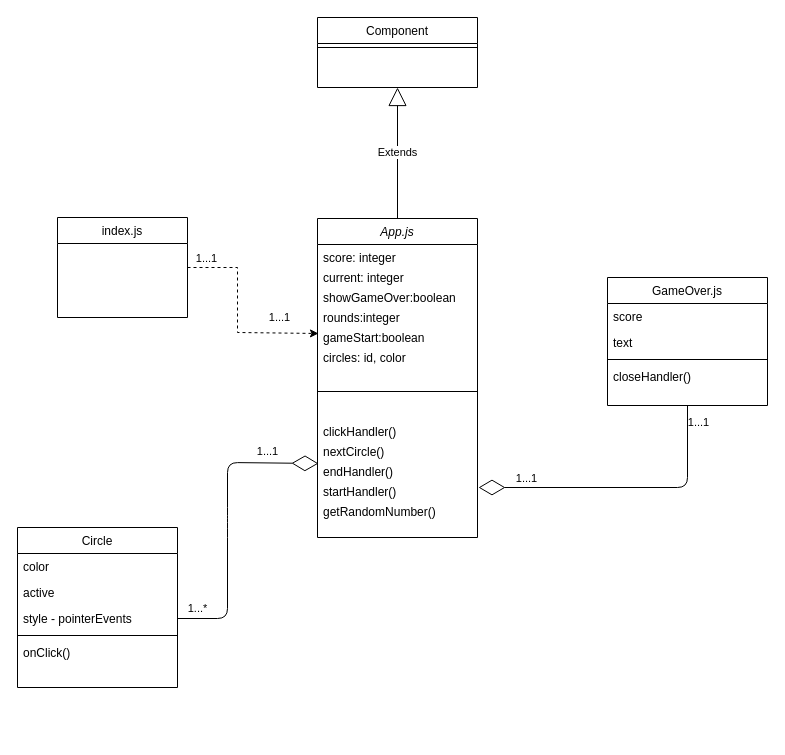
HeliHaavisto/diagrams keeps this draw.io diagram as LenaClassDiagramEdited.drawio. Above is the earlier version. Source tidied: cells renumbered, new cells numbered last; positions are measured from the earlier drawing's top-left corner, leaving out a move shared by most shapes. Both pictures are drawn from the tidied source at 100%, with x=0, y=0 at pixel (17, 17).
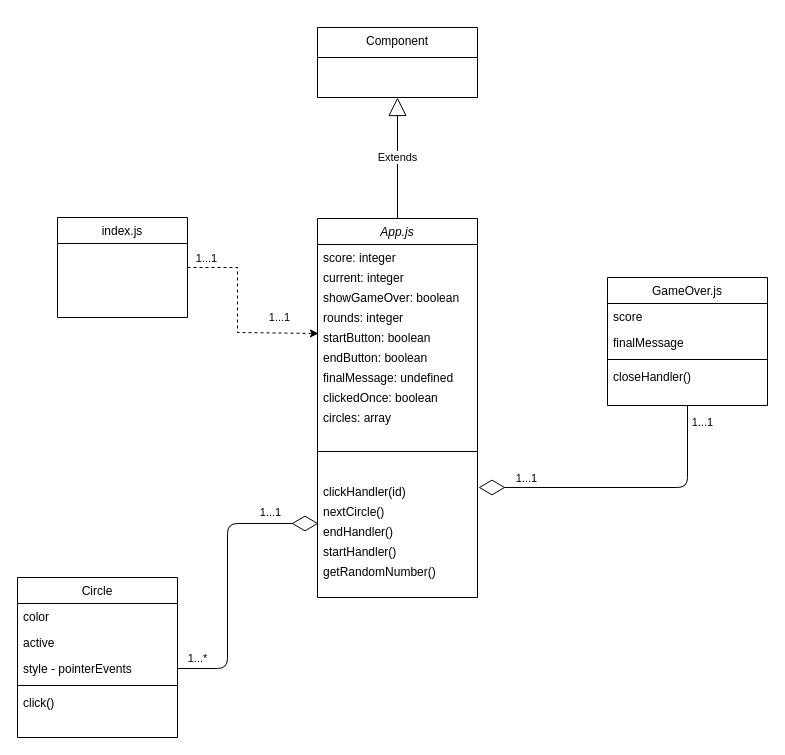
After the change.

Unchanged cells that the change refers to:
```xml
<mxCell id="2" value="GameOver.js" style="swimlane;fontStyle=0;align=center;verticalAlign=top;horizontal=1;startSize=26;rounded=0;shadow=0;strokeWidth=1;" parent="1" vertex="1">
  <mxGeometry x="590" y="260" width="160" height="128" as="geometry" />
</mxCell>
<mxCell id="29" value="style - pointerEvents" style="text;align=left;verticalAlign=top;spacingLeft=4;spacingRight=4;overflow=hidden;points=[[0,0.5],[1,0.5]];portConstraint=eastwest;html=0;" parent="26" vertex="1">
  <mxGeometry y="78" width="160" height="26" as="geometry" />
</mxCell>
<mxCell id="33" style="endArrow=diamondThin;endFill=0;endSize=24;html=1;entryX=0.5;entryY=1;entryDx=0;entryDy=0;verticalAlign=middle;exitX=0.5;exitY=1;exitDx=0;exitDy=0;" parent="1" edge="1" source="2">
  <mxGeometry relative="1" as="geometry">
    <mxPoint x="461" y="470" as="targetPoint" />
    <Array as="points">
      <mxPoint x="670" y="470" />
    </Array>
  </mxGeometry>
</mxCell>
```

The edit, as a diff of the source:
```diff
@@
-    <mxCell id="4" value="text" style="text;align=left;verticalAlign=top;spacingLeft=4;spacingRight=4;overflow=hidden;rounded=0;shadow=0;html=0;" parent="2" vertex="1">
+    <mxCell id="4" value="finalMessage" style="text;align=left;verticalAlign=top;spacingLeft=4;spacingRight=4;overflow=hidden;rounded=0;shadow=0;html=0;" parent="2" vertex="1">
       <mxGeometry y="52" width="160" height="26" as="geometry" />
     </mxCell>
@@
-    <mxCell id="11" value="Component" style="swimlane;fontStyle=0;align=center;verticalAlign=top;horizontal=1;startSize=26;rounded=0;shadow=0;strokeWidth=1;" parent="1" vertex="1">
-      <mxGeometry x="300" width="160" height="70" as="geometry" />
+    <mxCell id="11" value="Component" style="swimlane;fontStyle=0;align=center;verticalAlign=top;horizontal=1;startSize=30;rounded=0;shadow=0;strokeWidth=1;" parent="1" vertex="1">
+      <mxGeometry x="300" y="10" width="160" height="70" as="geometry" />
     </mxCell>
-    <mxCell id="12" style="line;html=1;strokeWidth=1;align=left;verticalAlign=middle;spacingTop=-1;spacingLeft=3;spacingRight=3;labelPosition=right;" parent="11" vertex="1">
-      <mxGeometry y="26" width="160" height="8" as="geometry" />
-    </mxCell>
     <mxCell id="13" value="App.js" style="swimlane;fontStyle=2;align=center;verticalAlign=top;horizontal=1;startSize=26;rounded=0;shadow=0;strokeWidth=1;" parent="1" vertex="1">
-      <mxGeometry x="300" y="201" width="160" height="319" as="geometry" />
+      <mxGeometry x="300" y="201" width="160" height="379" as="geometry" />
     </mxCell>
@@
-    <mxCell id="16" value="showGameOver:boolean" style="text;html=1;align=left;verticalAlign=top;strokeColor=none;spacingLeft=4;spacingRight=4;" parent="13" vertex="1">
+    <mxCell id="16" value="showGameOver: boolean" style="text;html=1;align=left;verticalAlign=top;strokeColor=none;spacingLeft=4;spacingRight=4;" parent="13" vertex="1">
       <mxGeometry y="66" width="160" height="20" as="geometry" />
     </mxCell>
-    <mxCell id="17" value="rounds:integer" style="text;html=1;align=left;verticalAlign=top;strokeColor=none;spacingLeft=4;spacingRight=4;" parent="13" vertex="1">
+    <mxCell id="17" value="rounds: integer" style="text;html=1;align=left;verticalAlign=top;strokeColor=none;spacingLeft=4;spacingRight=4;" parent="13" vertex="1">
       <mxGeometry y="86" width="160" height="20" as="geometry" />
     </mxCell>
-    <mxCell id="18" value="gameStart:boolean" style="text;html=1;align=left;verticalAlign=top;points=[];strokeColor=none;spacingLeft=4;spacingRight=4;" parent="13" vertex="1">
+    <mxCell id="18" value="startButton: boolean" style="text;html=1;align=left;verticalAlign=top;points=[];strokeColor=none;spacingLeft=4;spacingRight=4;" parent="13" vertex="1">
       <mxGeometry y="106" width="160" height="20" as="geometry" />
     </mxCell>
-    <mxCell id="19" value="circles: id, color" style="text;html=1;align=left;verticalAlign=top;strokeColor=none;spacingLeft=4;spacingRight=4;" parent="13" vertex="1">
-      <mxGeometry y="126" width="160" height="20" as="geometry" />
-    </mxCell>
+    <mxCell id="39" value="endButton: boolean" style="text;html=1;align=left;verticalAlign=top;strokeColor=none;spacingLeft=4;spacingRight=4;" parent="13" vertex="1">
+      <mxGeometry y="126" width="160" height="20" as="geometry" />
+    </mxCell>
+    <mxCell id="40" value="finalMessage: undefined" style="text;html=1;align=left;verticalAlign=top;strokeColor=none;spacingLeft=4;spacingRight=4;" parent="13" vertex="1">
+      <mxGeometry y="146" width="160" height="20" as="geometry" />
+    </mxCell>
+    <mxCell id="41" value="clickedOnce: boolean" style="text;html=1;align=left;verticalAlign=top;strokeColor=none;spacingLeft=4;spacingRight=4;" parent="13" vertex="1">
+      <mxGeometry y="166" width="160" height="20" as="geometry" />
+    </mxCell>
+    <mxCell id="42" value="circles: array" style="text;html=1;align=left;verticalAlign=top;strokeColor=none;spacingLeft=4;spacingRight=4;" parent="13" vertex="1">
+      <mxGeometry y="186" width="160" height="20" as="geometry" />
+    </mxCell>
     <mxCell id="20" style="line;html=1;strokeWidth=1;align=left;verticalAlign=middle;spacingTop=-1;spacingLeft=3;spacingRight=3;labelPosition=right;" parent="13" vertex="1">
-      <mxGeometry y="146" width="160" height="54" as="geometry" />
+      <mxGeometry y="206" width="160" height="54" as="geometry" />
     </mxCell>
-    <mxCell id="21" value="clickHandler()" style="text;html=1;align=left;verticalAlign=top;strokeColor=none;spacingLeft=4;spacingRight=4;" parent="13" vertex="1">
-      <mxGeometry y="200" width="160" height="20" as="geometry" />
+    <mxCell id="21" value="clickHandler(id)" style="text;html=1;align=left;verticalAlign=top;strokeColor=none;spacingLeft=4;spacingRight=4;" parent="13" vertex="1">
+      <mxGeometry y="260" width="160" height="20" as="geometry" />
     </mxCell>
     <mxCell id="22" value="nextCircle()" style="text;html=1;align=left;verticalAlign=top;strokeColor=none;spacingLeft=4;spacingRight=4;" parent="13" vertex="1">
-      <mxGeometry y="220" width="160" height="20" as="geometry" />
+      <mxGeometry y="280" width="160" height="20" as="geometry" />
     </mxCell>
     <mxCell id="23" value="endHandler()" style="text;html=1;align=left;verticalAlign=top;points=[];strokeColor=none;spacingLeft=4;spacingRight=4;" parent="13" vertex="1">
-      <mxGeometry y="240" width="160" height="20" as="geometry" />
+      <mxGeometry y="300" width="160" height="20" as="geometry" />
     </mxCell>
     <mxCell id="24" value="startHandler()" style="text;html=1;align=left;verticalAlign=top;strokeColor=none;spacingLeft=4;spacingRight=4;" parent="13" vertex="1">
-      <mxGeometry y="260" width="160" height="20" as="geometry" />
+      <mxGeometry y="320" width="160" height="20" as="geometry" />
     </mxCell>
     <mxCell id="25" value="getRandomNumber()" style="text;html=1;align=left;verticalAlign=top;strokeColor=none;spacingLeft=4;spacingRight=4;" parent="13" vertex="1">
-      <mxGeometry y="280" width="160" height="20" as="geometry" />
+      <mxGeometry y="340" width="160" height="20" as="geometry" />
     </mxCell>
     <mxCell id="26" value="Circle" style="swimlane;fontStyle=0;align=center;verticalAlign=top;horizontal=1;startSize=26;rounded=0;shadow=0;strokeWidth=1;" parent="1" vertex="1">
-      <mxGeometry y="510" width="160" height="160" as="geometry" />
+      <mxGeometry y="560" width="160" height="160" as="geometry" />
     </mxCell>
@@
-    <mxCell id="31" value="onClick()" style="text;align=left;verticalAlign=top;spacingLeft=4;spacingRight=4;overflow=hidden;" parent="26" vertex="1">
+    <mxCell id="31" value="click()" style="text;align=left;verticalAlign=top;spacingLeft=4;spacingRight=4;overflow=hidden;" parent="26" vertex="1">
       <mxGeometry y="112" width="160" height="26" as="geometry" />
     </mxCell>
@@
     <mxCell id="34" value="1...1" style="edgeLabel;html=1;align=center;verticalAlign=middle;" parent="33" vertex="1">
       <mxGeometry x="-0.89" y="1" relative="1" as="geometry">
-        <mxPoint x="9" as="offset" />
+        <mxPoint x="13" as="offset" />
       </mxGeometry>
     </mxCell>
@@
     <mxCell id="36" style="endArrow=diamondThin;endFill=0;endSize=24;html=1;entryX=0.006;entryY=0.25;entryDx=0;entryDy=0;exitX=1;exitY=0.5;exitDx=0;exitDy=0;entryPerimeter=0;" parent="1" edge="1" source="29" target="23">
       <mxGeometry relative="1" as="geometry">
         <Array as="points">
-          <mxPoint x="210" y="601" />
-          <mxPoint x="210" y="510" />
-          <mxPoint x="210" y="500" />
-          <mxPoint x="210" y="445" />
+          <mxPoint x="210" y="651" />
+          <mxPoint x="210" y="506" />
         </Array>
       </mxGeometry>
     </mxCell>
```
